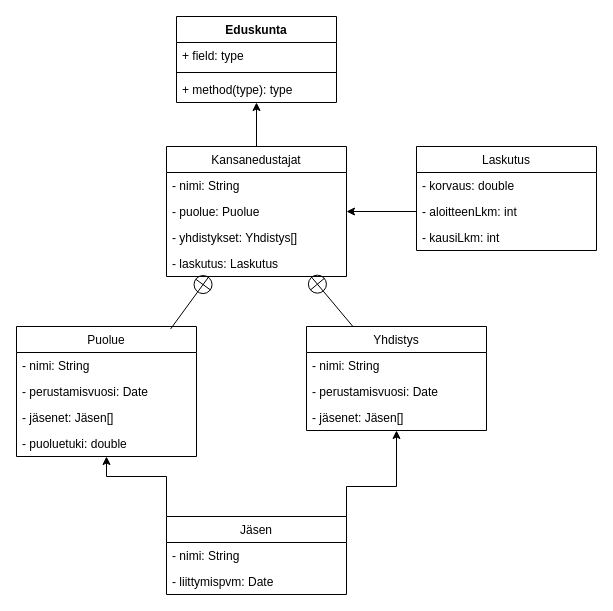
Above: Untitled Diagram.drawio in JusefA/-1 (draw.io), before the change. Source tidied: cells renumbered, new cells numbered last; positions are measured from the earlier drawing's top-left corner, leaving out a move shared by most shapes. Both pictures are drawn from the tidied source at 100%, with x=0, y=0 at pixel (16, 16).
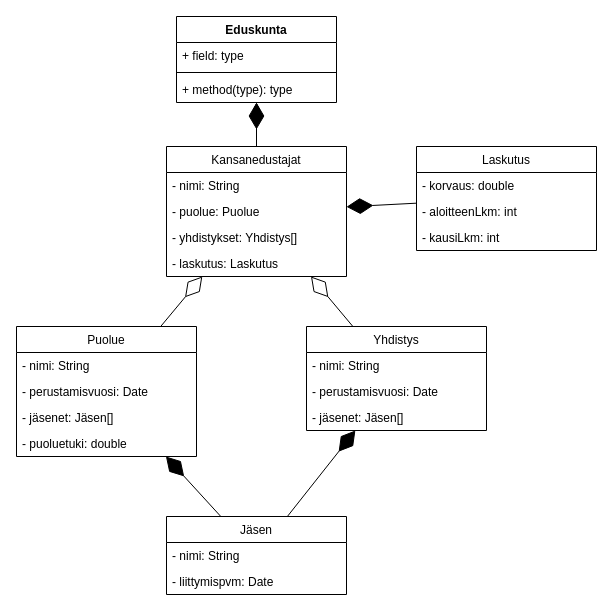
The same page after the edit.

The change refers to these unchanged cells:
```xml
<mxCell id="2" value="Puolue" style="swimlane;fontStyle=0;horizontal=1;startSize=26;fillColor=none;" parent="1" vertex="1">
  <mxGeometry y="310" width="180" height="130" as="geometry" />
</mxCell>
<mxCell id="8" value="Kansanedustajat" style="swimlane;fontStyle=0;horizontal=1;startSize=26;fillColor=none;" parent="1" vertex="1">
  <mxGeometry x="150" y="130" width="180" height="130" as="geometry" />
</mxCell>
<mxCell id="10" value="- puolue: Puolue" style="text;strokeColor=none;fillColor=none;align=left;verticalAlign=top;spacingLeft=4;spacingRight=4;overflow=hidden;points=[[0,0.5],[1,0.5]];portConstraint=eastwest;" parent="8" vertex="1">
  <mxGeometry y="52" width="180" height="26" as="geometry" />
</mxCell>
<mxCell id="13" value="Laskutus" style="swimlane;fontStyle=0;horizontal=1;startSize=26;fillColor=none;" parent="1" vertex="1">
  <mxGeometry x="400" y="130" width="180" height="104" as="geometry" />
</mxCell>
<mxCell id="15" value="- aloitteenLkm: int" style="text;strokeColor=none;fillColor=none;align=left;verticalAlign=top;spacingLeft=4;spacingRight=4;overflow=hidden;points=[[0,0.5],[1,0.5]];portConstraint=eastwest;" parent="13" vertex="1">
  <mxGeometry y="52" width="180" height="26" as="geometry" />
</mxCell>
<mxCell id="17" value="Yhdistys" style="swimlane;fontStyle=0;horizontal=1;startSize=26;fillColor=none;" parent="1" vertex="1">
  <mxGeometry x="290" y="310" width="180" height="104" as="geometry" />
</mxCell>
<mxCell id="23" value="Jäsen" style="swimlane;fontStyle=0;horizontal=1;startSize=26;fillColor=none;" parent="1" vertex="1">
  <mxGeometry x="150" y="500" width="180" height="78" as="geometry" />
</mxCell>
<mxCell id="26" value="Eduskunta" style="swimlane;fontStyle=1;align=center;verticalAlign=top;horizontal=1;startSize=26;" parent="1" vertex="1">
  <mxGeometry x="160" width="160" height="86" as="geometry" />
</mxCell>
```

The edit, as a diff of the source:
```diff
@@
-    <mxCell id="21" style="edgeStyle=orthogonalEdgeStyle;rounded=0;jettySize=auto;html=1;exitX=1;exitY=0;exitDx=0;exitDy=0;" parent="1" edge="1" source="23" target="17">
-      <mxGeometry relative="1" as="geometry">
-        <Array as="points">
-          <mxPoint x="330" y="470" />
-          <mxPoint x="380" y="470" />
-        </Array>
-      </mxGeometry>
-    </mxCell>
-    <mxCell id="22" style="edgeStyle=orthogonalEdgeStyle;rounded=0;jettySize=auto;html=1;exitX=0;exitY=0;exitDx=0;exitDy=0;" parent="1" edge="1" source="23" target="2">
-      <mxGeometry relative="1" as="geometry">
-        <Array as="points">
-          <mxPoint x="150" y="460" />
-          <mxPoint x="90" y="460" />
-        </Array>
-      </mxGeometry>
-    </mxCell>
@@
-    <mxCell id="30" style="edgeStyle=orthogonalEdgeStyle;rounded=0;jettySize=auto;html=1;exitX=0;exitY=0.5;exitDx=0;exitDy=0;entryX=1;entryY=0.5;entryDx=0;entryDy=0;" parent="1" edge="1" source="15" target="10">
-      <mxGeometry relative="1" as="geometry" />
-    </mxCell>
+    <mxCell id="33" style="endArrow=diamondThin;endFill=1;endSize=24;html=1;rounded=0;" parent="1" edge="1" source="13" target="8">
+      <mxGeometry relative="1" as="geometry" />
+    </mxCell>
+    <mxCell id="34" style="endArrow=diamondThin;endFill=1;endSize=24;html=1;rounded=0;" parent="1" edge="1" source="8" target="26">
+      <mxGeometry relative="1" as="geometry" />
+    </mxCell>
+    <mxCell id="22" style="endArrow=diamondThin;endFill=1;endSize=24;html=1;rounded=0;" parent="1" edge="1" source="23" target="2">
+      <mxGeometry relative="1" as="geometry" />
+    </mxCell>
+    <mxCell id="21" style="endArrow=diamondThin;endFill=1;endSize=24;html=1;rounded=0;" parent="1" edge="1" source="23" target="17">
+      <mxGeometry relative="1" as="geometry" />
+    </mxCell>
-    <mxCell id="31" style="endArrow=circlePlus;startArrow=none;endFill=0;startFill=0;endSize=8;html=1;labelBackgroundColor=none;rounded=0;exitX=0.856;exitY=0.019;exitDx=0;exitDy=0;exitPerimeter=0;" parent="1" edge="1" source="2" target="8">
+    <mxCell id="31" style="endArrow=diamondThin;endFill=0;endSize=24;html=1;rounded=0;" parent="1" edge="1" source="2" target="8">
       <mxGeometry relative="1" as="geometry" />
     </mxCell>
-    <mxCell id="32" style="endArrow=circlePlus;startArrow=none;endFill=0;startFill=0;endSize=8;html=1;labelBackgroundColor=none;rounded=0;" parent="1" edge="1" source="17" target="8">
+    <mxCell id="32" style="endArrow=diamondThin;endFill=0;endSize=24;html=1;rounded=0;" parent="1" edge="1" source="17" target="8">
       <mxGeometry relative="1" as="geometry" />
     </mxCell>
```
